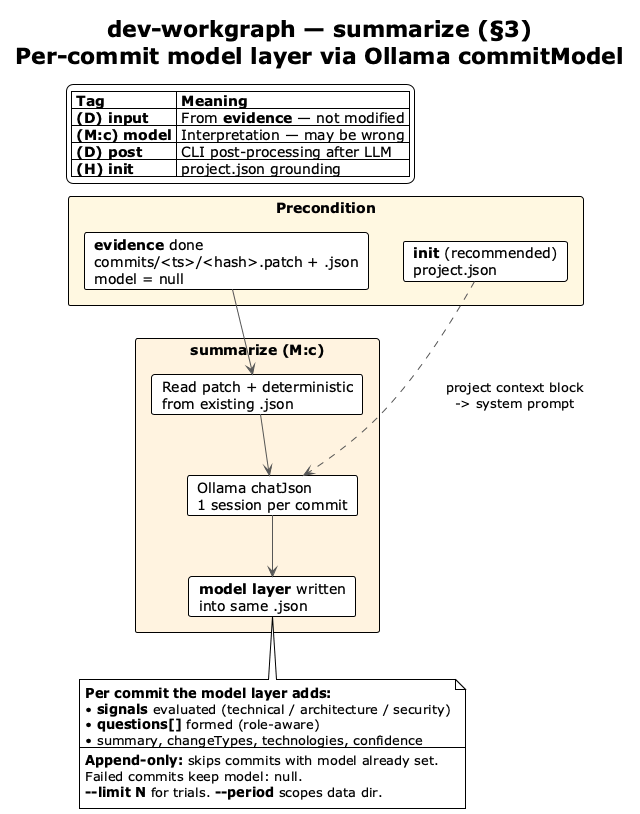
Above: img/summarize-overview.png in vzakharchenko/dev-workgraph (PlantUML), before the change. Source of this version:
```plantuml
@startuml summarize-overview
!theme plain
skinparam shadowing false
skinparam ArrowColor #555555

title dev-workgraph — **summarize** (§3)\nPer-commit **model layer** via Ollama **commitModel**

legend top left
  |= Tag |= Meaning |
  | **(D) input** | From **evidence** — not modified |
  | **(M:c) model** | Interpretation — may be wrong |
  | **(D) post** | CLI post-processing after LLM |
  | **(H) init** | project.json grounding |
endlegend

rectangle "**Precondition**" #FFF8E1 {
  card "**evidence** done\ncommits/<ts>/<hash>.patch + .json\nmodel = null" as EVID
  card "**init** (recommended)\nproject.json" as INIT
}

rectangle "**summarize (M:c)**" #FFF3E0 {
  card "Read patch + deterministic\nfrom existing .json" as IN
  card "Ollama chatJson\n1 session per commit" as LLM
  card "**model layer** written\ninto same .json" as OUT
}

EVID --> IN
INIT ..> LLM : project context block\n-> system prompt
IN --> LLM
LLM --> OUT

note bottom of OUT
  **Per commit the model layer adds:**
  • **signals** evaluated (technical / architecture / security)
  • **questions[]** formed (role-aware)
  • summary, changeTypes, technologies, confidence
  ----
  **Append-only:** skips commits with model already set.
  Failed commits keep model: null.
  **--limit N** for trials. **--period** scopes data dir.
end note

@enduml
```
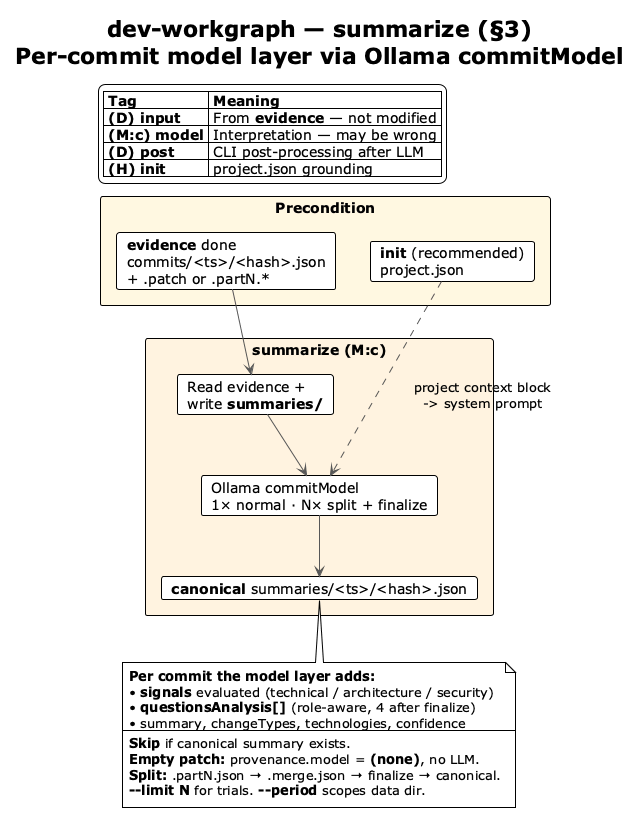
Above is the later version.

What changed in the source:
```diff
@@ -14,14 +14,14 @@
 endlegend
 
 rectangle "**Precondition**" #FFF8E1 {
-  card "**evidence** done\ncommits/<ts>/<hash>.patch + .json\nmodel = null" as EVID
+  card "**evidence** done\ncommits/<ts>/<hash>.json\n+ .patch or .partN.*" as EVID
   card "**init** (recommended)\nproject.json" as INIT
 }
 
 rectangle "**summarize (M:c)**" #FFF3E0 {
-  card "Read patch + deterministic\nfrom existing .json" as IN
-  card "Ollama chatJson\n1 session per commit" as LLM
-  card "**model layer** written\ninto same .json" as OUT
+  card "Read evidence +\nwrite **summaries/**" as IN
+  card "Ollama commitModel\n1× normal · N× split + finalize" as LLM
+  card "**canonical** summaries/<ts>/<hash>.json" as OUT
 }
 
 EVID --> IN
@@ -32,11 +32,12 @@
 note bottom of OUT
   **Per commit the model layer adds:**
   • **signals** evaluated (technical / architecture / security)
-  • **questions[]** formed (role-aware)
+  • **questionsAnalysis[]** (role-aware, 4 after finalize)
   • summary, changeTypes, technologies, confidence
   ----
-  **Append-only:** skips commits with model already set.
-  Failed commits keep model: null.
+  **Skip** if canonical summary exists.
+  **Empty patch:** provenance.model = **(none)**, no LLM.
+  **Split:** .partN.json → .merge.json → finalize → canonical.
   **--limit N** for trials. **--period** scopes data dir.
 end note
 
```
